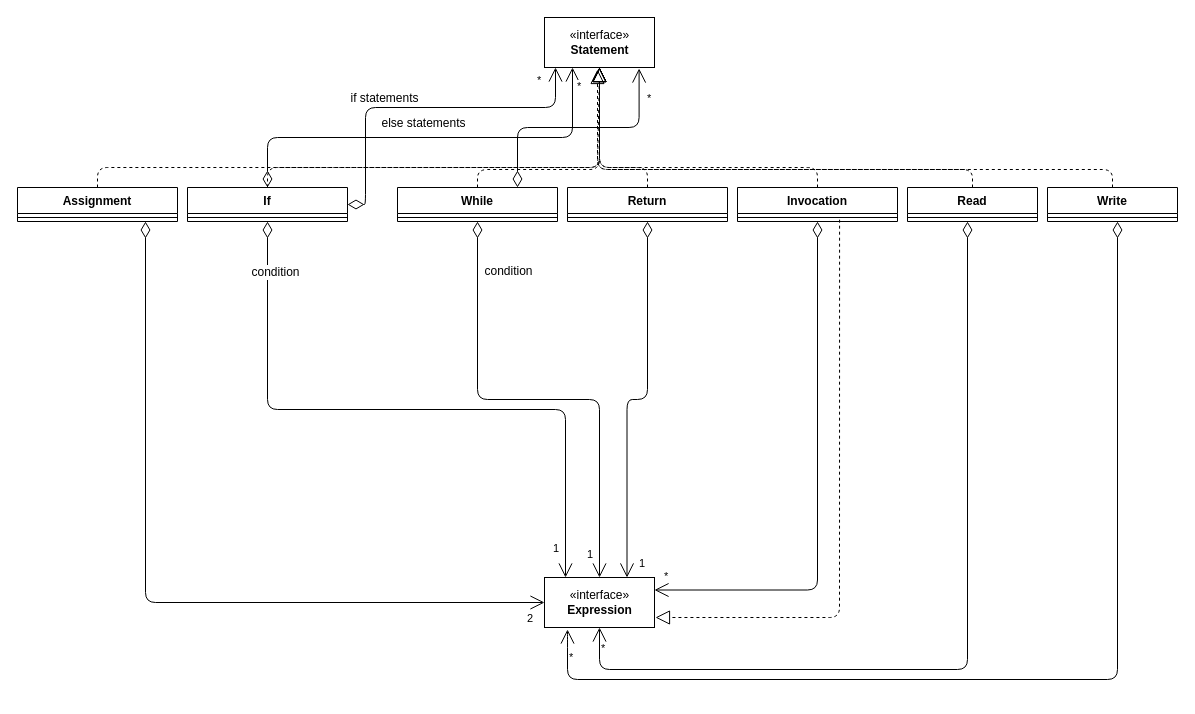
This is page "Statement" (4 of 6) of Lab1/ClassDiagram.drawio from themrcesi/C--Compiler, a draw.io file, before an edit. Source tidied: cells renumbered, new cells numbered last; positions are measured from the earlier drawing's top-left corner, leaving out a move shared by most shapes. Both pictures are drawn from the tidied source at 100%, with x=0, y=0 at pixel (17, 17).
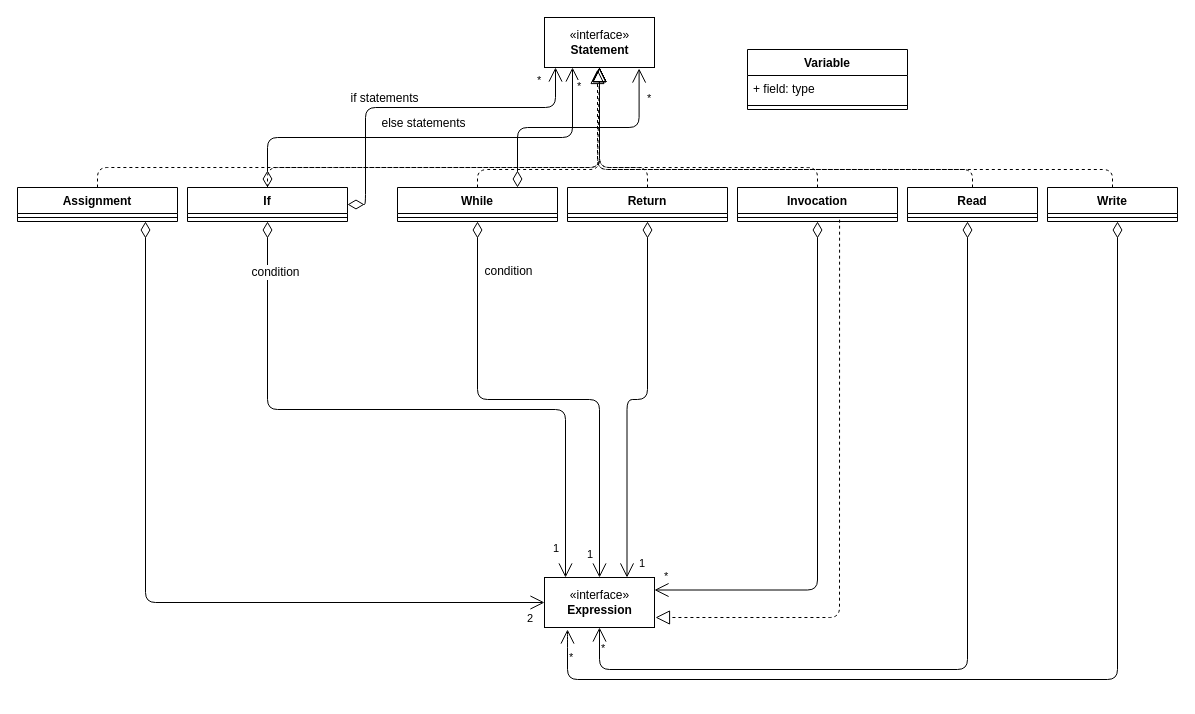
After the change.

What changed in the source:
```diff
@@
+    <mxCell id="40" value="Variable" style="swimlane;fontStyle=1;align=center;verticalAlign=top;horizontal=1;startSize=26;" parent="1" vertex="1">
+      <mxGeometry x="730" y="32" width="160" height="60" as="geometry" />
+    </mxCell>
+    <mxCell id="41" value="+ field: type" style="text;strokeColor=none;fillColor=none;align=left;verticalAlign=top;spacingLeft=4;spacingRight=4;overflow=hidden;" parent="40" vertex="1">
+      <mxGeometry y="26" width="160" height="26" as="geometry" />
+    </mxCell>
+    <mxCell id="42" style="line;strokeWidth=1;fillColor=none;align=left;verticalAlign=middle;spacingTop=-1;spacingLeft=3;spacingRight=3;labelPosition=right;" parent="40" vertex="1">
+      <mxGeometry y="52" width="160" height="8" as="geometry" />
+    </mxCell>
```
